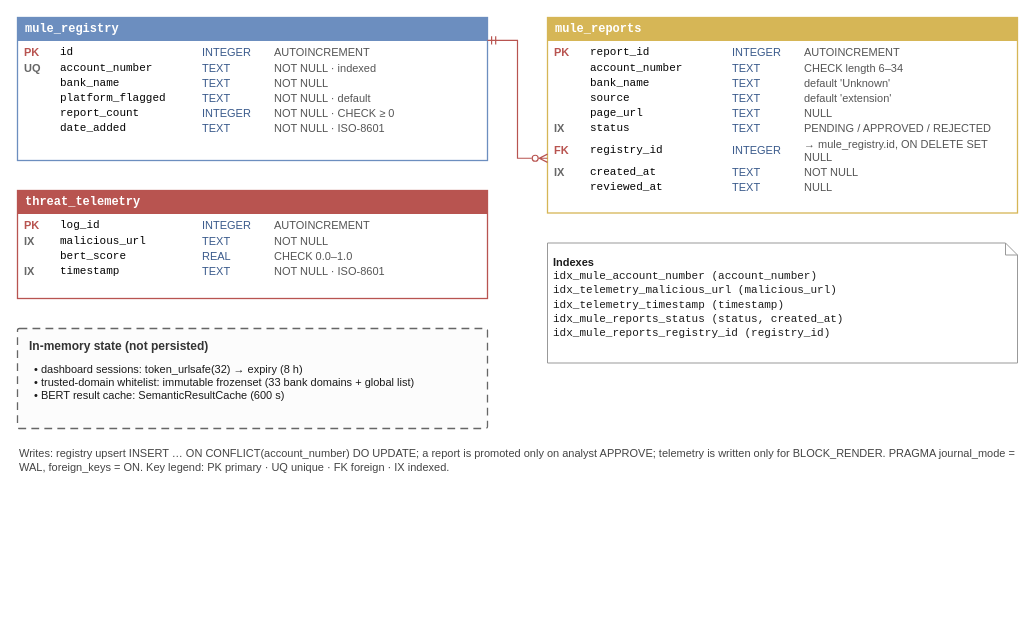
KunTheNoobie/PhishGuard-AI-Complete keeps this draw.io diagram as report/diagrams_drawio/erd.drawio. Above is the earlier version. Source tidied: cells renumbered, new cells numbered last; positions are measured from the earlier drawing's top-left corner, leaving out a move shared by most shapes. Both pictures are drawn from the tidied source at 100%, with x=0, y=0 at pixel (17, 17).
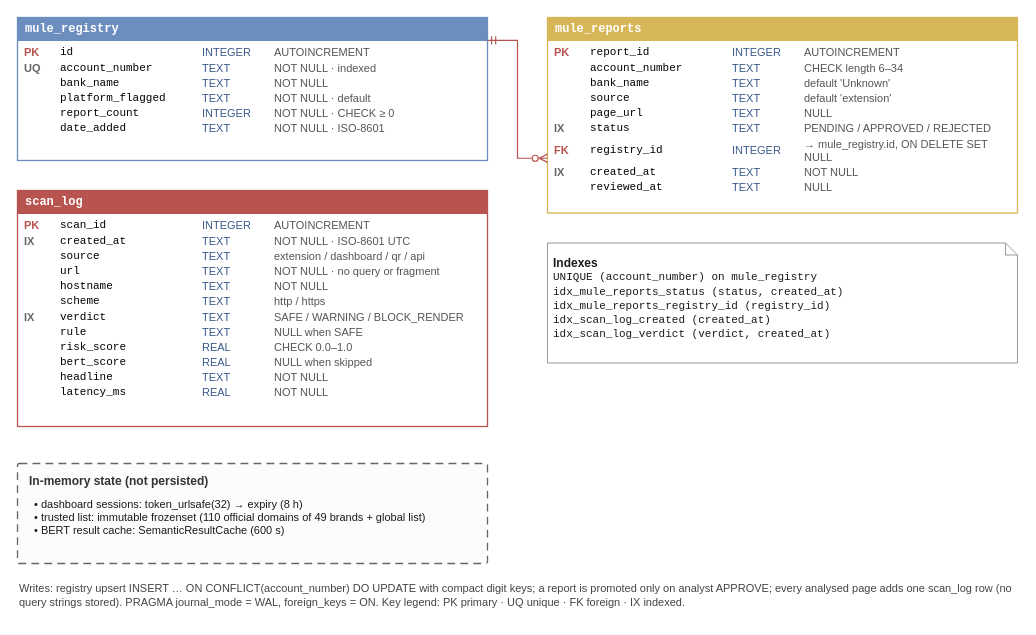
Above is the later version.

What changed in the source:
```diff
@@
 <mxGraphModel background="#FFFFFF">
   <root>
     <mxCell id="0" />
     <mxCell id="1" parent="0" />
     <mxCell id="2" value="&lt;div style=&quot;background:#6C8EBF;color:#fff;padding:5px 8px;font-weight:bold;font-size:12px;font-family:Consolas;&quot;&gt;mule_registry&lt;/div&gt;&lt;table style=&quot;font-size:11px;font-family:Arial;border-collapse:collapse;margin:4px 6px;width:96%;&quot;&gt;&lt;tr&gt;&lt;td style=&quot;width:34px;color:#B85450;&quot;&gt;&lt;b&gt;PK&lt;/b&gt;&lt;/td&gt;&lt;td style=&quot;width:140px;font-family:Consolas;&quot;&gt;id&lt;/td&gt;&lt;td style=&quot;width:70px;color:#3B5B8C;&quot;&gt;INTEGER&lt;/td&gt;&lt;td style=&quot;color:#555;&quot;&gt;AUTOINCREMENT&lt;/td&gt;&lt;/tr&gt;&lt;tr&gt;&lt;td style=&quot;width:34px;color:#666;&quot;&gt;&lt;b&gt;UQ&lt;/b&gt;&lt;/td&gt;&lt;td style=&quot;width:140px;font-family:Consolas;&quot;&gt;account_number&lt;/td&gt;&lt;td style=&quot;width:70px;color:#3B5B8C;&quot;&gt;TEXT&lt;/td&gt;&lt;td style=&quot;color:#555;&quot;&gt;NOT NULL · indexed&lt;/td&gt;&lt;/tr&gt;&lt;tr&gt;&lt;td style=&quot;width:34px;color:#666;&quot;&gt;&lt;b&gt;&lt;/b&gt;&lt;/td&gt;&lt;td style=&quot;width:140px;font-family:Consolas;&quot;&gt;bank_name&lt;/td&gt;&lt;td style=&quot;width:70px;color:#3B5B8C;&quot;&gt;TEXT&lt;/td&gt;&lt;td style=&quot;color:#555;&quot;&gt;NOT NULL&lt;/td&gt;&lt;/tr&gt;&lt;tr&gt;&lt;td style=&quot;width:34px;color:#666;&quot;&gt;&lt;b&gt;&lt;/b&gt;&lt;/td&gt;&lt;td style=&quot;width:140px;font-family:Consolas;&quot;&gt;platform_flagged&lt;/td&gt;&lt;td style=&quot;width:70px;color:#3B5B8C;&quot;&gt;TEXT&lt;/td&gt;&lt;td style=&quot;color:#555;&quot;&gt;NOT NULL · default&lt;/td&gt;&lt;/tr&gt;&lt;tr&gt;&lt;td style=&quot;width:34px;color:#666;&quot;&gt;&lt;b&gt;&lt;/b&gt;&lt;/td&gt;&lt;td style=&quot;width:140px;font-family:Consolas;&quot;&gt;report_count&lt;/td&gt;&lt;td style=&quot;width:70px;color:#3B5B8C;&quot;&gt;INTEGER&lt;/td&gt;&lt;td style=&quot;color:#555;&quot;&gt;NOT NULL · CHECK ≥ 0&lt;/td&gt;&lt;/tr&gt;&lt;tr&gt;&lt;td style=&quot;width:34px;color:#666;&quot;&gt;&lt;b&gt;&lt;/b&gt;&lt;/td&gt;&lt;td style=&quot;width:140px;font-family:Consolas;&quot;&gt;date_added&lt;/td&gt;&lt;td style=&quot;width:70px;color:#3B5B8C;&quot;&gt;TEXT&lt;/td&gt;&lt;td style=&quot;color:#555;&quot;&gt;NOT NULL · ISO-8601&lt;/td&gt;&lt;/tr&gt;&lt;/table&gt;" style="verticalAlign=top;align=left;overflow=fill;html=1;whiteSpace=wrap;rounded=0;fillColor=#FFFFFF;strokeColor=#6C8EBF;strokeWidth=1.3;fontFamily=Arial;fontSize=11;spacing=0;" parent="1" vertex="1">
       <mxGeometry width="470" height="143" as="geometry" />
     </mxCell>
     <mxCell id="3" value="&lt;div style=&quot;background:#D6B656;color:#fff;padding:5px 8px;font-weight:bold;font-size:12px;font-family:Consolas;&quot;&gt;mule_reports&lt;/div&gt;&lt;table style=&quot;font-size:11px;font-family:Arial;border-collapse:collapse;margin:4px 6px;width:96%;&quot;&gt;&lt;tr&gt;&lt;td style=&quot;width:34px;color:#B85450;&quot;&gt;&lt;b&gt;PK&lt;/b&gt;&lt;/td&gt;&lt;td style=&quot;width:140px;font-family:Consolas;&quot;&gt;report_id&lt;/td&gt;&lt;td style=&quot;width:70px;color:#3B5B8C;&quot;&gt;INTEGER&lt;/td&gt;&lt;td style=&quot;color:#555;&quot;&gt;AUTOINCREMENT&lt;/td&gt;&lt;/tr&gt;&lt;tr&gt;&lt;td style=&quot;width:34px;color:#666;&quot;&gt;&lt;b&gt;&lt;/b&gt;&lt;/td&gt;&lt;td style=&quot;width:140px;font-family:Consolas;&quot;&gt;account_number&lt;/td&gt;&lt;td style=&quot;width:70px;color:#3B5B8C;&quot;&gt;TEXT&lt;/td&gt;&lt;td style=&quot;color:#555;&quot;&gt;CHECK length 6–34&lt;/td&gt;&lt;/tr&gt;&lt;tr&gt;&lt;td style=&quot;width:34px;color:#666;&quot;&gt;&lt;b&gt;&lt;/b&gt;&lt;/td&gt;&lt;td style=&quot;width:140px;font-family:Consolas;&quot;&gt;bank_name&lt;/td&gt;&lt;td style=&quot;width:70px;color:#3B5B8C;&quot;&gt;TEXT&lt;/td&gt;&lt;td style=&quot;color:#555;&quot;&gt;default 'Unknown'&lt;/td&gt;&lt;/tr&gt;&lt;tr&gt;&lt;td style=&quot;width:34px;color:#666;&quot;&gt;&lt;b&gt;&lt;/b&gt;&lt;/td&gt;&lt;td style=&quot;width:140px;font-family:Consolas;&quot;&gt;source&lt;/td&gt;&lt;td style=&quot;width:70px;color:#3B5B8C;&quot;&gt;TEXT&lt;/td&gt;&lt;td style=&quot;color:#555;&quot;&gt;default 'extension'&lt;/td&gt;&lt;/tr&gt;&lt;tr&gt;&lt;td style=&quot;width:34px;color:#666;&quot;&gt;&lt;b&gt;&lt;/b&gt;&lt;/td&gt;&lt;td style=&quot;width:140px;font-family:Consolas;&quot;&gt;page_url&lt;/td&gt;&lt;td style=&quot;width:70px;color:#3B5B8C;&quot;&gt;TEXT&lt;/td&gt;&lt;td style=&quot;color:#555;&quot;&gt;NULL&lt;/td&gt;&lt;/tr&gt;&lt;tr&gt;&lt;td style=&quot;width:34px;color:#666;&quot;&gt;&lt;b&gt;IX&lt;/b&gt;&lt;/td&gt;&lt;td style=&quot;width:140px;font-family:Consolas;&quot;&gt;status&lt;/td&gt;&lt;td style=&quot;width:70px;color:#3B5B8C;&quot;&gt;TEXT&lt;/td&gt;&lt;td style=&quot;color:#555;&quot;&gt;PENDING / APPROVED / REJECTED&lt;/td&gt;&lt;/tr&gt;&lt;tr&gt;&lt;td style=&quot;width:34px;color:#B85450;&quot;&gt;&lt;b&gt;FK&lt;/b&gt;&lt;/td&gt;&lt;td style=&quot;width:140px;font-family:Consolas;&quot;&gt;registry_id&lt;/td&gt;&lt;td style=&quot;width:70px;color:#3B5B8C;&quot;&gt;INTEGER&lt;/td&gt;&lt;td style=&quot;color:#555;&quot;&gt;→ mule_registry.id, ON DELETE SET NULL&lt;/td&gt;&lt;/tr&gt;&lt;tr&gt;&lt;td style=&quot;width:34px;color:#666;&quot;&gt;&lt;b&gt;IX&lt;/b&gt;&lt;/td&gt;&lt;td style=&quot;width:140px;font-family:Consolas;&quot;&gt;created_at&lt;/td&gt;&lt;td style=&quot;width:70px;color:#3B5B8C;&quot;&gt;TEXT&lt;/td&gt;&lt;td style=&quot;color:#555;&quot;&gt;NOT NULL&lt;/td&gt;&lt;/tr&gt;&lt;tr&gt;&lt;td style=&quot;width:34px;color:#666;&quot;&gt;&lt;b&gt;&lt;/b&gt;&lt;/td&gt;&lt;td style=&quot;width:140px;font-family:Consolas;&quot;&gt;reviewed_at&lt;/td&gt;&lt;td style=&quot;width:70px;color:#3B5B8C;&quot;&gt;TEXT&lt;/td&gt;&lt;td style=&quot;color:#555;&quot;&gt;NULL&lt;/td&gt;&lt;/tr&gt;&lt;/table&gt;" style="verticalAlign=top;align=left;overflow=fill;html=1;whiteSpace=wrap;rounded=0;fillColor=#FFFFFF;strokeColor=#D6B656;strokeWidth=1.3;fontFamily=Arial;fontSize=11;spacing=0;" parent="1" vertex="1">
       <mxGeometry x="530" width="470" height="195.5" as="geometry" />
     </mxCell>
-    <mxCell id="4" value="&lt;div style=&quot;background:#B85450;color:#fff;padding:5px 8px;font-weight:bold;font-size:12px;font-family:Consolas;&quot;&gt;threat_telemetry&lt;/div&gt;&lt;table style=&quot;font-size:11px;font-family:Arial;border-collapse:collapse;margin:4px 6px;width:96%;&quot;&gt;&lt;tr&gt;&lt;td style=&quot;width:34px;color:#B85450;&quot;&gt;&lt;b&gt;PK&lt;/b&gt;&lt;/td&gt;&lt;td style=&quot;width:140px;font-family:Consolas;&quot;&gt;log_id&lt;/td&gt;&lt;td style=&quot;width:70px;color:#3B5B8C;&quot;&gt;INTEGER&lt;/td&gt;&lt;td style=&quot;color:#555;&quot;&gt;AUTOINCREMENT&lt;/td&gt;&lt;/tr&gt;&lt;tr&gt;&lt;td style=&quot;width:34px;color:#666;&quot;&gt;&lt;b&gt;IX&lt;/b&gt;&lt;/td&gt;&lt;td style=&quot;width:140px;font-family:Consolas;&quot;&gt;malicious_url&lt;/td&gt;&lt;td style=&quot;width:70px;color:#3B5B8C;&quot;&gt;TEXT&lt;/td&gt;&lt;td style=&quot;color:#555;&quot;&gt;NOT NULL&lt;/td&gt;&lt;/tr&gt;&lt;tr&gt;&lt;td style=&quot;width:34px;color:#666;&quot;&gt;&lt;b&gt;&lt;/b&gt;&lt;/td&gt;&lt;td style=&quot;width:140px;font-family:Consolas;&quot;&gt;bert_score&lt;/td&gt;&lt;td style=&quot;width:70px;color:#3B5B8C;&quot;&gt;REAL&lt;/td&gt;&lt;td style=&quot;color:#555;&quot;&gt;CHECK 0.0–1.0&lt;/td&gt;&lt;/tr&gt;&lt;tr&gt;&lt;td style=&quot;width:34px;color:#666;&quot;&gt;&lt;b&gt;IX&lt;/b&gt;&lt;/td&gt;&lt;td style=&quot;width:140px;font-family:Consolas;&quot;&gt;timestamp&lt;/td&gt;&lt;td style=&quot;width:70px;color:#3B5B8C;&quot;&gt;TEXT&lt;/td&gt;&lt;td style=&quot;color:#555;&quot;&gt;NOT NULL · ISO-8601&lt;/td&gt;&lt;/tr&gt;&lt;/table&gt;" style="verticalAlign=top;align=left;overflow=fill;html=1;whiteSpace=wrap;rounded=0;fillColor=#FFFFFF;strokeColor=#B85450;strokeWidth=1.3;fontFamily=Arial;fontSize=11;spacing=0;" parent="1" vertex="1">
-      <mxGeometry y="173" width="470" height="108" as="geometry" />
+    <mxCell id="4" value="&lt;div style=&quot;background:#B85450;color:#fff;padding:5px 8px;font-weight:bold;font-size:12px;font-family:Consolas;&quot;&gt;scan_log&lt;/div&gt;&lt;table style=&quot;font-size:11px;font-family:Arial;border-collapse:collapse;margin:4px 6px;width:96%;&quot;&gt;&lt;tr&gt;&lt;td style=&quot;width:34px;color:#B85450;&quot;&gt;&lt;b&gt;PK&lt;/b&gt;&lt;/td&gt;&lt;td style=&quot;width:140px;font-family:Consolas;&quot;&gt;scan_id&lt;/td&gt;&lt;td style=&quot;width:70px;color:#3B5B8C;&quot;&gt;INTEGER&lt;/td&gt;&lt;td style=&quot;color:#555;&quot;&gt;AUTOINCREMENT&lt;/td&gt;&lt;/tr&gt;&lt;tr&gt;&lt;td style=&quot;width:34px;color:#666;&quot;&gt;&lt;b&gt;IX&lt;/b&gt;&lt;/td&gt;&lt;td style=&quot;width:140px;font-family:Consolas;&quot;&gt;created_at&lt;/td&gt;&lt;td style=&quot;width:70px;color:#3B5B8C;&quot;&gt;TEXT&lt;/td&gt;&lt;td style=&quot;color:#555;&quot;&gt;NOT NULL · ISO-8601 UTC&lt;/td&gt;&lt;/tr&gt;&lt;tr&gt;&lt;td style=&quot;width:34px;color:#666;&quot;&gt;&lt;b&gt;&lt;/b&gt;&lt;/td&gt;&lt;td style=&quot;width:140px;font-family:Consolas;&quot;&gt;source&lt;/td&gt;&lt;td style=&quot;width:70px;color:#3B5B8C;&quot;&gt;TEXT&lt;/td&gt;&lt;td style=&quot;color:#555;&quot;&gt;extension / dashboard / qr / api&lt;/td&gt;&lt;/tr&gt;&lt;tr&gt;&lt;td style=&quot;width:34px;color:#666;&quot;&gt;&lt;b&gt;&lt;/b&gt;&lt;/td&gt;&lt;td style=&quot;width:140px;font-family:Consolas;&quot;&gt;url&lt;/td&gt;&lt;td style=&quot;width:70px;color:#3B5B8C;&quot;&gt;TEXT&lt;/td&gt;&lt;td style=&quot;color:#555;&quot;&gt;NOT NULL · no query or fragment&lt;/td&gt;&lt;/tr&gt;&lt;tr&gt;&lt;td style=&quot;width:34px;color:#666;&quot;&gt;&lt;b&gt;&lt;/b&gt;&lt;/td&gt;&lt;td style=&quot;width:140px;font-family:Consolas;&quot;&gt;hostname&lt;/td&gt;&lt;td style=&quot;width:70px;color:#3B5B8C;&quot;&gt;TEXT&lt;/td&gt;&lt;td style=&quot;color:#555;&quot;&gt;NOT NULL&lt;/td&gt;&lt;/tr&gt;&lt;tr&gt;&lt;td style=&quot;width:34px;color:#666;&quot;&gt;&lt;b&gt;&lt;/b&gt;&lt;/td&gt;&lt;td style=&quot;width:140px;font-family:Consolas;&quot;&gt;scheme&lt;/td&gt;&lt;td style=&quot;width:70px;color:#3B5B8C;&quot;&gt;TEXT&lt;/td&gt;&lt;td style=&quot;color:#555;&quot;&gt;http / https&lt;/td&gt;&lt;/tr&gt;&lt;tr&gt;&lt;td style=&quot;width:34px;color:#666;&quot;&gt;&lt;b&gt;IX&lt;/b&gt;&lt;/td&gt;&lt;td style=&quot;width:140px;font-family:Consolas;&quot;&gt;verdict&lt;/td&gt;&lt;td style=&quot;width:70px;color:#3B5B8C;&quot;&gt;TEXT&lt;/td&gt;&lt;td style=&quot;color:#555;&quot;&gt;SAFE / WARNING / BLOCK_RENDER&lt;/td&gt;&lt;/tr&gt;&lt;tr&gt;&lt;td style=&quot;width:34px;color:#666;&quot;&gt;&lt;b&gt;&lt;/b&gt;&lt;/td&gt;&lt;td style=&quot;width:140px;font-family:Consolas;&quot;&gt;rule&lt;/td&gt;&lt;td style=&quot;width:70px;color:#3B5B8C;&quot;&gt;TEXT&lt;/td&gt;&lt;td style=&quot;color:#555;&quot;&gt;NULL when SAFE&lt;/td&gt;&lt;/tr&gt;&lt;tr&gt;&lt;td style=&quot;width:34px;color:#666;&quot;&gt;&lt;b&gt;&lt;/b&gt;&lt;/td&gt;&lt;td style=&quot;width:140px;font-family:Consolas;&quot;&gt;risk_score&lt;/td&gt;&lt;td style=&quot;width:70px;color:#3B5B8C;&quot;&gt;REAL&lt;/td&gt;&lt;td style=&quot;color:#555;&quot;&gt;CHECK 0.0–1.0&lt;/td&gt;&lt;/tr&gt;&lt;tr&gt;&lt;td style=&quot;width:34px;color:#666;&quot;&gt;&lt;b&gt;&lt;/b&gt;&lt;/td&gt;&lt;td style=&quot;width:140px;font-family:Consolas;&quot;&gt;bert_score&lt;/td&gt;&lt;td style=&quot;width:70px;color:#3B5B8C;&quot;&gt;REAL&lt;/td&gt;&lt;td style=&quot;color:#555;&quot;&gt;NULL when skipped&lt;/td&gt;&lt;/tr&gt;&lt;tr&gt;&lt;td style=&quot;width:34px;color:#666;&quot;&gt;&lt;b&gt;&lt;/b&gt;&lt;/td&gt;&lt;td style=&quot;width:140px;font-family:Consolas;&quot;&gt;headline&lt;/td&gt;&lt;td style=&quot;width:70px;color:#3B5B8C;&quot;&gt;TEXT&lt;/td&gt;&lt;td style=&quot;color:#555;&quot;&gt;NOT NULL&lt;/td&gt;&lt;/tr&gt;&lt;tr&gt;&lt;td style=&quot;width:34px;color:#666;&quot;&gt;&lt;b&gt;&lt;/b&gt;&lt;/td&gt;&lt;td style=&quot;width:140px;font-family:Consolas;&quot;&gt;latency_ms&lt;/td&gt;&lt;td style=&quot;width:70px;color:#3B5B8C;&quot;&gt;REAL&lt;/td&gt;&lt;td style=&quot;color:#555;&quot;&gt;NOT NULL&lt;/td&gt;&lt;/tr&gt;&lt;/table&gt;" style="verticalAlign=top;align=left;overflow=fill;html=1;whiteSpace=wrap;rounded=0;fillColor=#FFFFFF;strokeColor=#B85450;strokeWidth=1.3;fontFamily=Arial;fontSize=11;spacing=0;" parent="1" vertex="1">
+      <mxGeometry y="173" width="470" height="236" as="geometry" />
     </mxCell>
     <mxCell id="5" style="edgeStyle=orthogonalEdgeStyle;rounded=0;jettySize=auto;html=1;endArrow=block;endFill=1;strokeColor=#333333;strokeWidth=1.2;fontFamily=Arial;fontSize=10;fontColor=#1A1A1A;labelBackgroundColor=#FFFFFF;edgeStyle=entityRelationEdgeStyle;endArrow=ERmandOne;startArrow=ERzeroToMany;endFill=0;startFill=0;strokeColor=#B85450;exitX=0;exitY=0.72;entryX=1;entryY=0.16;" parent="1" edge="1" source="3" target="2">
       <mxGeometry relative="1" as="geometry" />
     </mxCell>
     <mxCell id="6" value="In-memory state (not persisted)" style="rounded=1;arcSize=2;whiteSpace=wrap;html=1;fillColor=#FCFCFC;strokeColor=#666666;dashed=1;dashPattern=6 4;fontFamily=Arial;fontSize=12;fontStyle=1;fontColor=#333333;align=left;verticalAlign=top;spacingLeft=10;spacingTop=4;strokeWidth=1.3;" parent="1" vertex="1">
-      <mxGeometry y="311" width="470" height="100" as="geometry" />
+      <mxGeometry y="446" width="470" height="100" as="geometry" />
     </mxCell>
-    <mxCell id="7" value="• dashboard sessions: token_urlsafe(32) → expiry (8 h)&lt;br&gt;• trusted-domain whitelist: immutable frozenset (33 bank domains + global list)&lt;br&gt;• BERT result cache: SemanticResultCache (600 s)" style="text;html=1;whiteSpace=wrap;align=left;verticalAlign=top;fontFamily=Arial;fontSize=11;fontColor=#1A1A1A;fontStyle=0;spacing=2;" parent="1" vertex="1">
-      <mxGeometry x="15" y="339" width="450" height="66" as="geometry" />
+    <mxCell id="7" value="&lt;span style=&quot;font-size:11px&quot;&gt;• dashboard sessions: token_urlsafe(32) → expiry (8 h)&lt;/span&gt;&lt;br&gt;&lt;span style=&quot;font-size:11px&quot;&gt;• trusted list: immutable frozenset (110 official domains of 49 brands + global list)&lt;/span&gt;&lt;br&gt;&lt;span style=&quot;font-size:11px&quot;&gt;• BERT result cache: SemanticResultCache (600 s)&lt;/span&gt;" style="text;html=1;whiteSpace=wrap;align=left;verticalAlign=top;fontFamily=Arial;fontSize=11;fontColor=#1A1A1A;fontStyle=0;spacing=2;" parent="1" vertex="1">
+      <mxGeometry x="15" y="474" width="450" height="66" as="geometry" />
     </mxCell>
-    <mxCell id="8" value="&lt;b&gt;Indexes&lt;/b&gt;&lt;br&gt;&lt;font face=&quot;Consolas&quot;&gt;idx_mule_account_number (account_number)&lt;br&gt;idx_telemetry_malicious_url (malicious_url)&lt;br&gt;idx_telemetry_timestamp (timestamp)&lt;br&gt;idx_mule_reports_status (status, created_at)&lt;br&gt;idx_mule_reports_registry_id (registry_id)&lt;/font&gt;" style="shape=note;whiteSpace=wrap;html=1;size=12;fillColor=#FFFFFF;strokeColor=#999999;fontFamily=Arial;fontSize=11;fontColor=#1A1A1A;align=left;verticalAlign=top;spacing=6;spacingTop=2;" parent="1" vertex="1">
+    <mxCell id="8" value="&lt;b style=&quot;font-size:12px&quot;&gt;Indexes&lt;/b&gt;&lt;br&gt;&lt;span style=&quot;font-family:Consolas;font-size:11px&quot;&gt;UNIQUE (account_number) on mule_registry&lt;/span&gt;&lt;br&gt;&lt;span style=&quot;font-family:Consolas;font-size:11px&quot;&gt;idx_mule_reports_status (status, created_at)&lt;/span&gt;&lt;br&gt;&lt;span style=&quot;font-family:Consolas;font-size:11px&quot;&gt;idx_mule_reports_registry_id (registry_id)&lt;/span&gt;&lt;br&gt;&lt;span style=&quot;font-family:Consolas;font-size:11px&quot;&gt;idx_scan_log_created (created_at)&lt;/span&gt;&lt;br&gt;&lt;span style=&quot;font-family:Consolas;font-size:11px&quot;&gt;idx_scan_log_verdict (verdict, created_at)&lt;/span&gt;" style="shape=note;whiteSpace=wrap;html=1;size=12;fillColor=#FFFFFF;strokeColor=#999999;fontFamily=Arial;fontSize=11;fontColor=#1A1A1A;align=left;verticalAlign=top;spacing=6;spacingTop=2;" parent="1" vertex="1">
       <mxGeometry x="530" y="225.5" width="470" height="120" as="geometry" />
     </mxCell>
-    <mxCell id="9" value="Writes: registry upsert INSERT … ON CONFLICT(account_number) DO UPDATE; a report is promoted only on analyst APPROVE; telemetry is written only for BLOCK_RENDER. PRAGMA journal_mode = WAL, foreign_keys = ON. Key legend: PK primary · UQ unique · FK foreign · IX indexed." style="text;html=1;whiteSpace=wrap;align=left;verticalAlign=middle;fontFamily=Arial;fontSize=11;fontColor=#444444;fontStyle=0;spacing=2;" parent="1" vertex="1">
-      <mxGeometry y="421" width="1000" height="44" as="geometry" />
+    <mxCell id="9" value="Writes: registry upsert INSERT … ON CONFLICT(account_number) DO UPDATE with compact digit keys; a report is promoted only on analyst APPROVE; every analysed page adds one scan_log row (no query strings stored). PRAGMA journal_mode = WAL, foreign_keys = ON. Key legend: PK primary · UQ unique · FK foreign · IX indexed." style="text;html=1;whiteSpace=wrap;align=left;verticalAlign=middle;fontFamily=Arial;fontSize=11;fontColor=#444444;fontStyle=0;spacing=2;" parent="1" vertex="1">
+      <mxGeometry y="556" width="1000" height="44" as="geometry" />
     </mxCell>
   </root>
 </mxGraphModel>
```
